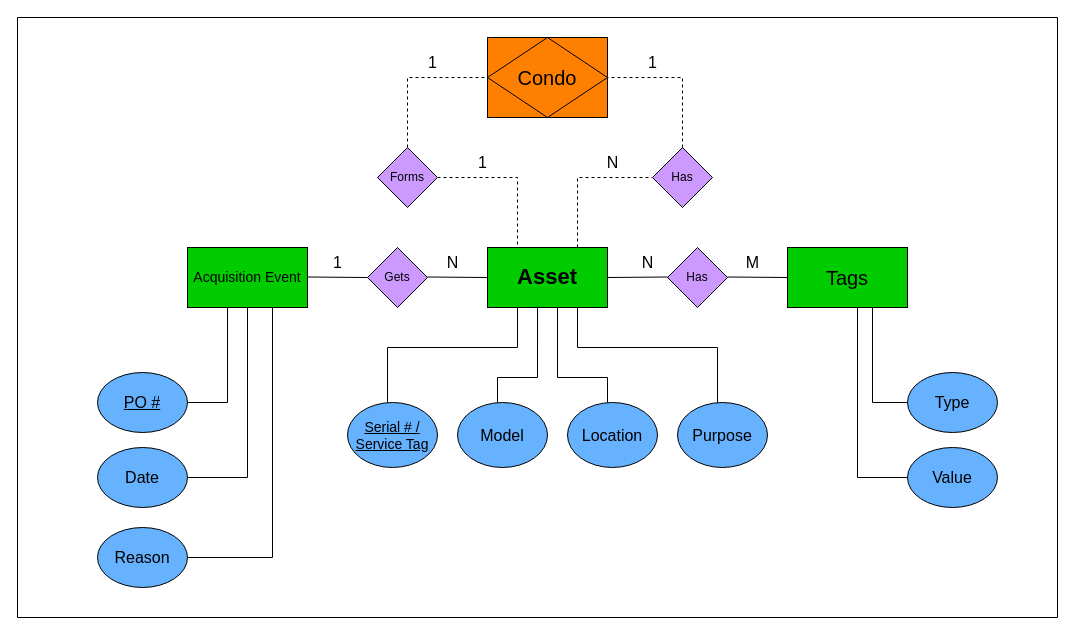
Above: Misc/inventory_data_diagram.drawio in benito2268/chtc_fellowship_inventory_tracking (draw.io), before the change. Source tidied: cells renumbered, new cells numbered last; positions are measured from the earlier drawing's top-left corner, leaving out a move shared by most shapes. Both pictures are drawn from the tidied source at 100%, with x=0, y=0 at pixel (17, 17).
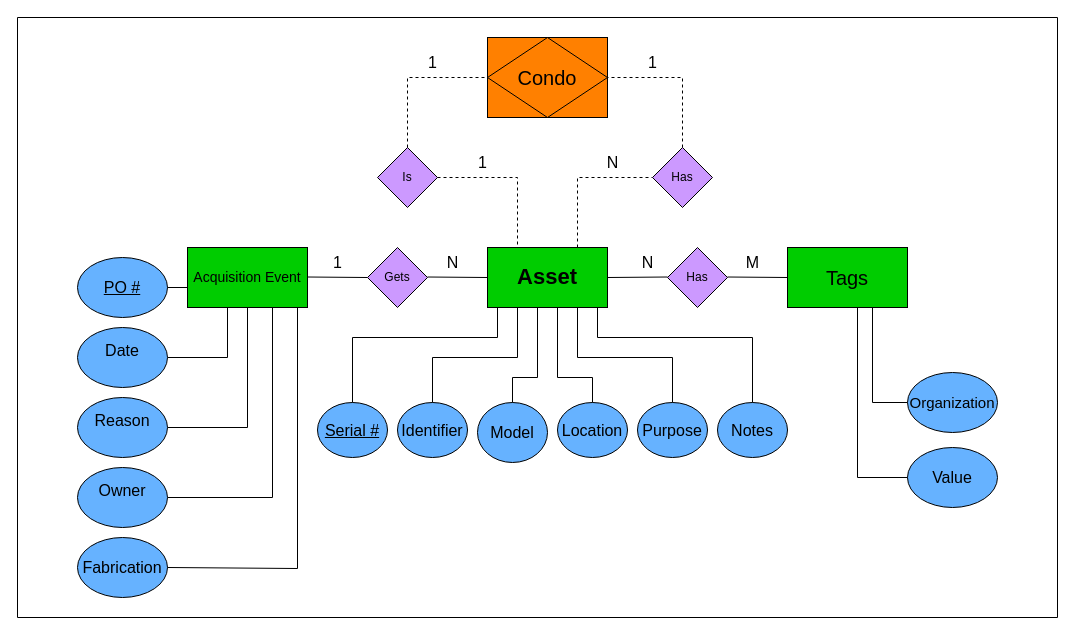
Above is the later version.

Commit message (it also covers changes not shown here):
data diagram - added notes, fabrication, and owner fields - service_tag is now identifier

The change refers to these unchanged cells:
```xml
<mxCell id="2" value="&lt;b&gt;&lt;font style=&quot;font-size: 22px;&quot;&gt;Asset&lt;/font&gt;&lt;/b&gt;" style="rounded=0;whiteSpace=wrap;html=1;labelBackgroundColor=none;fillColor=#00CC00;" parent="1" vertex="1">
  <mxGeometry x="470" y="230" width="120" height="60" as="geometry" />
</mxCell>
```

Change to the diagram source:
```diff
@@
-    <mxCell id="3" value="Forms" style="rhombus;whiteSpace=wrap;html=1;rounded=0;labelBackgroundColor=none;fillColor=#CC99FF;" parent="1" vertex="1">
+    <mxCell id="3" value="&lt;div&gt;Is&lt;/div&gt;" style="rhombus;whiteSpace=wrap;html=1;rounded=0;labelBackgroundColor=none;fillColor=#CC99FF;" parent="1" vertex="1">
       <mxGeometry x="360" y="130" width="60" height="60" as="geometry" />
     </mxCell>
@@
-    <mxCell id="26" value="&lt;font style=&quot;font-size: 16px;&quot;&gt;Reason&lt;/font&gt;" style="ellipse;whiteSpace=wrap;html=1;rounded=0;labelBackgroundColor=none;fillColor=#66B2FF;" parent="1" vertex="1">
-      <mxGeometry x="80" y="510" width="90" height="60" as="geometry" />
-    </mxCell>
-    <mxCell id="27" value="&lt;u&gt;&lt;font style=&quot;font-size: 16px;&quot;&gt;PO #&lt;/font&gt;&lt;/u&gt;" style="ellipse;whiteSpace=wrap;html=1;rounded=0;labelBackgroundColor=none;fillColor=#66B2FF;" parent="1" vertex="1">
-      <mxGeometry x="80" y="355" width="90" height="60" as="geometry" />
-    </mxCell>
-    <mxCell id="28" value="&lt;font style=&quot;font-size: 16px;&quot;&gt;Date&lt;/font&gt;" style="ellipse;whiteSpace=wrap;html=1;rounded=0;labelBackgroundColor=none;fillColor=#66B2FF;" parent="1" vertex="1">
-      <mxGeometry x="80" y="430" width="90" height="60" as="geometry" />
-    </mxCell>
-    <mxCell id="29" value="&lt;font style=&quot;font-size: 16px;&quot;&gt;Type&lt;/font&gt;" style="ellipse;whiteSpace=wrap;html=1;rounded=0;labelBackgroundColor=none;fillColor=#66B2FF;" parent="1" vertex="1">
+    <mxCell id="29" value="&lt;font style=&quot;font-size: 15px;&quot;&gt;Organization&lt;/font&gt;" style="ellipse;whiteSpace=wrap;html=1;rounded=0;labelBackgroundColor=none;fillColor=#66B2FF;" parent="1" vertex="1">
       <mxGeometry x="890" y="355" width="90" height="60" as="geometry" />
     </mxCell>
@@
     <mxCell id="31" style="endArrow=none;html=1;rounded=0;exitX=1;exitY=0.5;exitDx=0;exitDy=0;labelBackgroundColor=none;fontColor=default;" parent="1" edge="1" source="27">
       <mxGeometry relative="1" as="geometry">
         <mxPoint x="210" y="290" as="targetPoint" />
         <Array as="points">
-          <mxPoint x="210" y="385" />
+          <mxPoint x="210" y="340" />
         </Array>
       </mxGeometry>
     </mxCell>
     <mxCell id="32" style="endArrow=none;html=1;rounded=0;exitX=1;exitY=0.5;exitDx=0;exitDy=0;labelBackgroundColor=none;fontColor=default;" parent="1" edge="1" source="28">
       <mxGeometry relative="1" as="geometry">
         <mxPoint x="230" y="290" as="targetPoint" />
         <Array as="points">
-          <mxPoint x="230" y="460" />
+          <mxPoint x="230" y="410" />
         </Array>
       </mxGeometry>
     </mxCell>
     <mxCell id="33" style="endArrow=none;html=1;rounded=0;exitX=1;exitY=0.5;exitDx=0;exitDy=0;labelBackgroundColor=none;fontColor=default;" parent="1" edge="1" source="26">
       <mxGeometry relative="1" as="geometry">
         <mxPoint x="255" y="290" as="targetPoint" />
         <Array as="points">
-          <mxPoint x="255" y="540" />
+          <mxPoint x="255" y="480" />
         </Array>
       </mxGeometry>
     </mxCell>
@@
-    <mxCell id="36" style="endArrow=none;html=1;rounded=0;labelBackgroundColor=none;fontColor=default;" parent="1" edge="1">
-      <mxGeometry relative="1" as="geometry">
-        <mxPoint x="370" y="330" as="sourcePoint" />
-        <mxPoint x="500" y="290" as="targetPoint" />
-        <Array as="points">
-          <mxPoint x="500" y="330" />
-        </Array>
-      </mxGeometry>
-    </mxCell>
+    <mxCell id="48" style="swimlane;startSize=0;rounded=0;labelBackgroundColor=none;" parent="1" vertex="1">
+      <mxGeometry width="1040" height="600" as="geometry" />
+    </mxCell>
+    <mxCell id="49" value="&lt;font style=&quot;font-size: 16px;&quot;&gt;N&lt;/font&gt;" style="text;html=1;align=center;verticalAlign=middle;strokeColor=none;fillColor=none;rounded=0;labelBackgroundColor=none;" parent="48" vertex="1">
+      <mxGeometry x="610" y="230" width="40" height="30" as="geometry" />
+    </mxCell>
+    <mxCell id="27" value="&#10;&lt;font style=&quot;font-size: 16px;&quot;&gt;Date&lt;/font&gt;&#10;&#10;" style="ellipse;whiteSpace=wrap;html=1;rounded=0;labelBackgroundColor=none;fillColor=#66B2FF;" parent="48" vertex="1">
+      <mxGeometry x="60" y="310" width="90" height="60" as="geometry" />
+    </mxCell>
+    <mxCell id="28" value="&#10;&lt;font style=&quot;font-size: 16px;&quot;&gt;Reason&lt;/font&gt;&#10;&#10;" style="ellipse;whiteSpace=wrap;html=1;rounded=0;labelBackgroundColor=none;fillColor=#66B2FF;" parent="48" vertex="1">
+      <mxGeometry x="60" y="380" width="90" height="60" as="geometry" />
+    </mxCell>
+    <mxCell id="26" value="&#10;&lt;font style=&quot;font-size: 16px;&quot;&gt;Owner&lt;/font&gt;&#10;&#10;" style="ellipse;whiteSpace=wrap;html=1;rounded=0;labelBackgroundColor=none;fillColor=#66B2FF;" parent="48" vertex="1">
+      <mxGeometry x="60" y="450" width="90" height="60" as="geometry" />
+    </mxCell>
+    <mxCell id="50" value="&lt;font style=&quot;font-size: 16px;&quot;&gt;Fabrication&lt;/font&gt;" style="ellipse;whiteSpace=wrap;html=1;rounded=0;labelBackgroundColor=none;fillColor=#66B2FF;" parent="48" vertex="1">
+      <mxGeometry x="60" y="520" width="90" height="60" as="geometry" />
+    </mxCell>
+    <mxCell id="51" value="&lt;u&gt;&lt;font style=&quot;font-size: 16px;&quot;&gt;PO #&lt;/font&gt;&lt;/u&gt;" style="ellipse;whiteSpace=wrap;html=1;rounded=0;labelBackgroundColor=none;fillColor=#66B2FF;" parent="48" vertex="1">
+      <mxGeometry x="60" y="240" width="90" height="60" as="geometry" />
+    </mxCell>
+    <mxCell id="52" style="endArrow=none;html=1;rounded=0;exitX=1;exitY=0.5;exitDx=0;exitDy=0;" parent="48" edge="1" source="50">
+      <mxGeometry relative="1" as="geometry">
+        <mxPoint x="280" y="290" as="targetPoint" />
+        <Array as="points">
+          <mxPoint x="280" y="551" />
+        </Array>
+      </mxGeometry>
+    </mxCell>
-    <mxCell id="37" value="&lt;u&gt;&lt;font style=&quot;font-size: 14px;&quot;&gt;Serial # / Service Tag&lt;/font&gt;&lt;/u&gt;" style="ellipse;whiteSpace=wrap;html=1;rounded=0;labelBackgroundColor=none;fillColor=#66B2FF;" parent="1" vertex="1">
-      <mxGeometry x="330" y="385" width="90" height="65" as="geometry" />
+    <mxCell id="37" value="&lt;font style=&quot;font-size: 16px;&quot;&gt;&lt;u&gt;Serial #&lt;br&gt;&lt;/u&gt;&lt;/font&gt;" style="ellipse;whiteSpace=wrap;html=1;rounded=0;labelBackgroundColor=none;fillColor=#66B2FF;" parent="48" vertex="1">
+      <mxGeometry x="300" y="385" width="70" height="55" as="geometry" />
     </mxCell>
+    <mxCell id="53" style="endArrow=none;html=1;rounded=0;entryX=1;entryY=0.5;entryDx=0;entryDy=0;" parent="48" edge="1" target="51">
+      <mxGeometry relative="1" as="geometry">
+        <mxPoint x="170" y="270" as="sourcePoint" />
+      </mxGeometry>
+    </mxCell>
+    <mxCell id="54" value="&lt;font style=&quot;font-size: 16px;&quot;&gt;Identifier&lt;u&gt;&lt;br&gt;&lt;/u&gt;&lt;/font&gt;" style="ellipse;whiteSpace=wrap;html=1;rounded=0;labelBackgroundColor=none;fillColor=#66B2FF;" parent="48" vertex="1">
+      <mxGeometry x="380" y="385" width="70" height="55" as="geometry" />
+    </mxCell>
-    <mxCell id="38" value="&lt;font style=&quot;font-size: 16px;&quot;&gt;Model&lt;/font&gt;" style="ellipse;whiteSpace=wrap;html=1;rounded=0;labelBackgroundColor=none;fillColor=#66B2FF;" parent="1" vertex="1">
-      <mxGeometry x="440" y="385" width="90" height="65" as="geometry" />
+    <mxCell id="38" value="&lt;span style=&quot;font-size: 16px;&quot;&gt;Model&lt;/span&gt;&lt;u style=&quot;font-size: 16px;&quot;&gt;&lt;br&gt;&lt;/u&gt;" style="ellipse;whiteSpace=wrap;html=1;rounded=0;labelBackgroundColor=none;fillColor=#66B2FF;" parent="48" vertex="1">
+      <mxGeometry x="460" y="385" width="70" height="60" as="geometry" />
     </mxCell>
-    <mxCell id="39" value="&lt;font style=&quot;font-size: 16px;&quot;&gt;Location&lt;/font&gt;" style="ellipse;whiteSpace=wrap;html=1;rounded=0;labelBackgroundColor=none;fillColor=#66B2FF;" parent="1" vertex="1">
-      <mxGeometry x="550" y="385" width="90" height="65" as="geometry" />
+    <mxCell id="39" value="&lt;div style=&quot;font-size: 16px;&quot;&gt;Location&lt;/div&gt;" style="ellipse;whiteSpace=wrap;html=1;rounded=0;labelBackgroundColor=none;fillColor=#66B2FF;" parent="48" vertex="1">
+      <mxGeometry x="540" y="385" width="70" height="55" as="geometry" />
     </mxCell>
-    <mxCell id="40" value="&lt;font style=&quot;font-size: 16px;&quot;&gt;Purpose&lt;/font&gt;" style="ellipse;whiteSpace=wrap;html=1;rounded=0;labelBackgroundColor=none;fillColor=#66B2FF;" parent="1" vertex="1">
-      <mxGeometry x="660" y="385" width="90" height="65" as="geometry" />
+    <mxCell id="40" value="&lt;div style=&quot;font-size: 16px;&quot;&gt;Purpose&lt;/div&gt;" style="ellipse;whiteSpace=wrap;html=1;rounded=0;labelBackgroundColor=none;fillColor=#66B2FF;" parent="48" vertex="1">
+      <mxGeometry x="620" y="385" width="70" height="55" as="geometry" />
     </mxCell>
-    <mxCell id="41" style="endArrow=none;html=1;rounded=0;labelBackgroundColor=none;fontColor=default;" parent="1" edge="1">
-      <mxGeometry relative="1" as="geometry">
-        <mxPoint x="370" y="385" as="sourcePoint" />
-        <mxPoint x="370" y="330" as="targetPoint" />
-      </mxGeometry>
-    </mxCell>
-    <mxCell id="42" style="endArrow=none;html=1;rounded=0;labelBackgroundColor=none;fontColor=default;" parent="1" edge="1">
-      <mxGeometry relative="1" as="geometry">
-        <mxPoint x="480" y="385" as="sourcePoint" />
-        <mxPoint x="480" y="360" as="targetPoint" />
-      </mxGeometry>
-    </mxCell>
-    <mxCell id="43" style="endArrow=none;html=1;rounded=0;labelBackgroundColor=none;fontColor=default;" parent="1" edge="1">
-      <mxGeometry relative="1" as="geometry">
-        <mxPoint x="590" y="385" as="sourcePoint" />
-        <mxPoint x="590" y="360" as="targetPoint" />
-      </mxGeometry>
-    </mxCell>
-    <mxCell id="44" style="endArrow=none;html=1;rounded=0;labelBackgroundColor=none;fontColor=default;" parent="1" edge="1">
-      <mxGeometry relative="1" as="geometry">
-        <mxPoint x="700" y="385" as="sourcePoint" />
-        <mxPoint x="700" y="330" as="targetPoint" />
-      </mxGeometry>
-    </mxCell>
-    <mxCell id="45" style="endArrow=none;html=1;rounded=0;entryX=0.417;entryY=0.983;entryDx=0;entryDy=0;entryPerimeter=0;labelBackgroundColor=none;fontColor=default;" parent="1" edge="1" target="2">
-      <mxGeometry relative="1" as="geometry">
-        <mxPoint x="480" y="360" as="sourcePoint" />
-        <Array as="points">
-          <mxPoint x="520" y="360" />
-        </Array>
-      </mxGeometry>
-    </mxCell>
-    <mxCell id="46" style="endArrow=none;html=1;rounded=0;labelBackgroundColor=none;fontColor=default;" parent="1" edge="1">
-      <mxGeometry relative="1" as="geometry">
-        <mxPoint x="590" y="360" as="sourcePoint" />
-        <mxPoint x="540" y="290" as="targetPoint" />
-        <Array as="points">
-          <mxPoint x="540" y="360" />
-        </Array>
-      </mxGeometry>
-    </mxCell>
-    <mxCell id="47" style="endArrow=none;html=1;rounded=0;labelBackgroundColor=none;fontColor=default;" parent="1" edge="1">
-      <mxGeometry relative="1" as="geometry">
-        <mxPoint x="700" y="330" as="sourcePoint" />
-        <mxPoint x="560" y="290" as="targetPoint" />
-        <Array as="points">
-          <mxPoint x="560" y="330" />
-        </Array>
-      </mxGeometry>
-    </mxCell>
-    <mxCell id="48" style="swimlane;startSize=0;rounded=0;labelBackgroundColor=none;" parent="1" vertex="1">
-      <mxGeometry width="1040" height="600" as="geometry" />
-    </mxCell>
-    <mxCell id="49" value="&lt;font style=&quot;font-size: 16px;&quot;&gt;N&lt;/font&gt;" style="text;html=1;align=center;verticalAlign=middle;strokeColor=none;fillColor=none;rounded=0;labelBackgroundColor=none;" parent="48" vertex="1">
-      <mxGeometry x="610" y="230" width="40" height="30" as="geometry" />
-    </mxCell>
+    <mxCell id="55" value="&lt;div style=&quot;font-size: 13px;&quot;&gt;&lt;font style=&quot;font-size: 16px;&quot;&gt;Notes&lt;/font&gt;&lt;/div&gt;" style="ellipse;whiteSpace=wrap;html=1;rounded=0;labelBackgroundColor=none;fillColor=#66B2FF;" parent="48" vertex="1">
+      <mxGeometry x="700" y="385" width="70" height="55" as="geometry" />
+    </mxCell>
+    <mxCell id="56" style="endArrow=none;html=1;rounded=0;exitX=0.5;exitY=0;exitDx=0;exitDy=0;" parent="48" edge="1" source="37">
+      <mxGeometry relative="1" as="geometry">
+        <mxPoint x="480" y="290" as="targetPoint" />
+        <Array as="points">
+          <mxPoint x="335" y="320" />
+          <mxPoint x="480" y="320" />
+        </Array>
+      </mxGeometry>
+    </mxCell>
+    <mxCell id="57" style="endArrow=none;html=1;rounded=0;exitX=0.5;exitY=0;exitDx=0;exitDy=0;" parent="48" edge="1" source="54">
+      <mxGeometry relative="1" as="geometry">
+        <mxPoint x="500" y="290" as="targetPoint" />
+        <Array as="points">
+          <mxPoint x="415" y="340" />
+          <mxPoint x="500" y="340" />
+        </Array>
+      </mxGeometry>
+    </mxCell>
+    <mxCell id="58" style="endArrow=none;html=1;rounded=0;exitX=0.5;exitY=0;exitDx=0;exitDy=0;" parent="48" edge="1" source="39">
+      <mxGeometry relative="1" as="geometry">
+        <mxPoint x="540" y="290" as="targetPoint" />
+        <Array as="points">
+          <mxPoint x="575" y="360" />
+          <mxPoint x="540" y="360" />
+        </Array>
+      </mxGeometry>
+    </mxCell>
+    <mxCell id="59" style="endArrow=none;html=1;rounded=0;exitX=0.5;exitY=0;exitDx=0;exitDy=0;" parent="48" edge="1" source="40">
+      <mxGeometry relative="1" as="geometry">
+        <mxPoint x="560" y="290" as="targetPoint" />
+        <Array as="points">
+          <mxPoint x="655" y="340" />
+          <mxPoint x="560" y="340" />
+        </Array>
+      </mxGeometry>
+    </mxCell>
+    <mxCell id="60" style="endArrow=none;html=1;rounded=0;exitX=0.5;exitY=0;exitDx=0;exitDy=0;" parent="48" edge="1" source="55">
+      <mxGeometry relative="1" as="geometry">
+        <mxPoint x="580" y="290" as="targetPoint" />
+        <Array as="points">
+          <mxPoint x="735" y="320" />
+          <mxPoint x="580" y="320" />
+        </Array>
+      </mxGeometry>
+    </mxCell>
+    <mxCell id="61" style="endArrow=none;html=1;rounded=0;exitX=0.5;exitY=0;exitDx=0;exitDy=0;" parent="1" edge="1" source="38">
+      <mxGeometry relative="1" as="geometry">
+        <mxPoint x="520" y="290" as="targetPoint" />
+        <Array as="points">
+          <mxPoint x="495" y="360" />
+          <mxPoint x="520" y="360" />
+        </Array>
+      </mxGeometry>
+    </mxCell>
```
